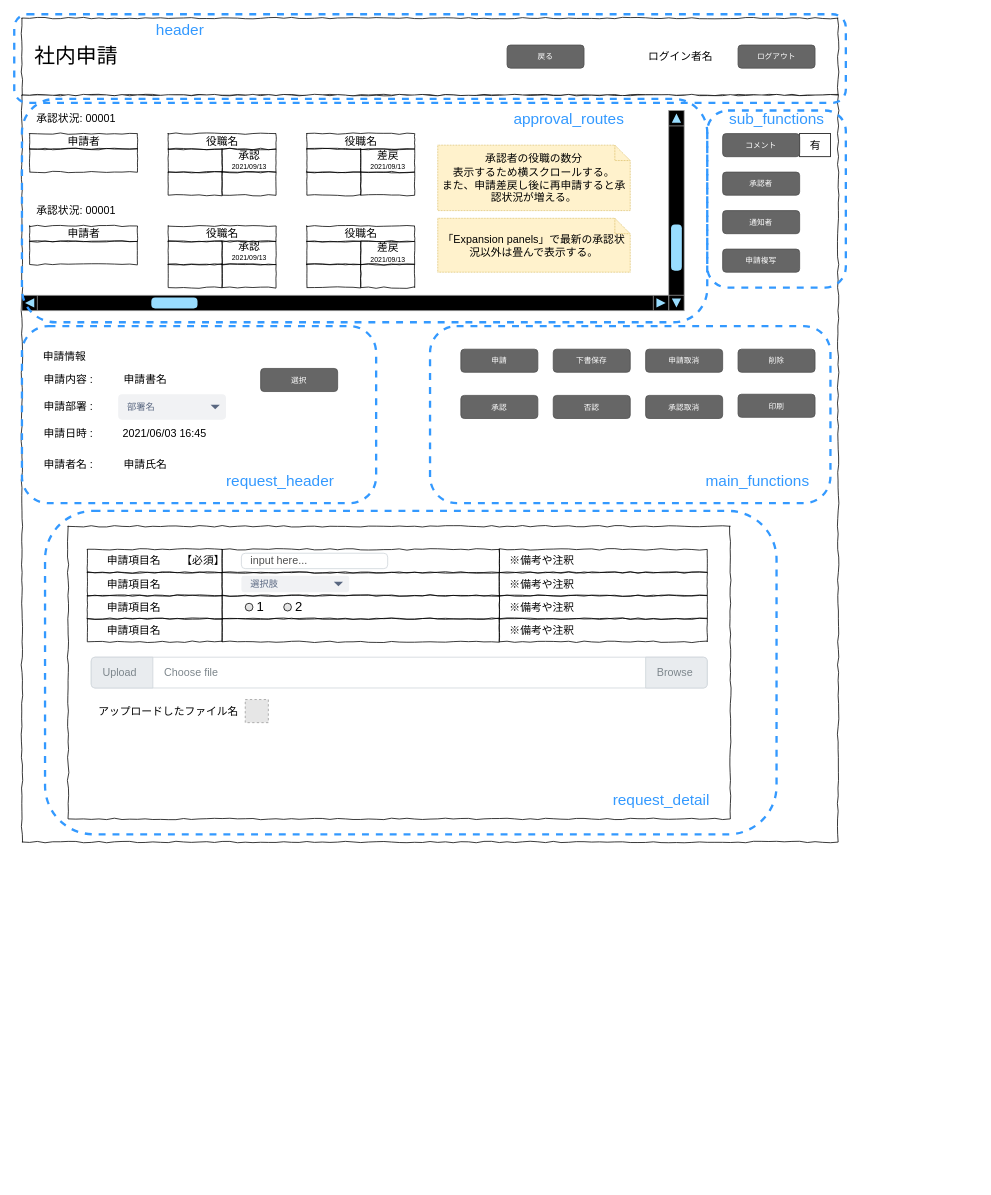
This is page "s020申請詳細" (10 of 10) of docs/設計資料/01_画面/画面イメージ.drawio from haphuongnt96/Django-REST-Practice, a draw.io file, before an edit. Source tidied: cells renumbered, new cells numbered last; positions are measured from the earlier drawing's top-left corner, leaving out a move shared by most shapes. Both pictures are drawn from the tidied source at 77%, with x=0, y=0 at pixel (14, 14). Pictures stored in the file or linked from it are replaced by grey dashed boxes.
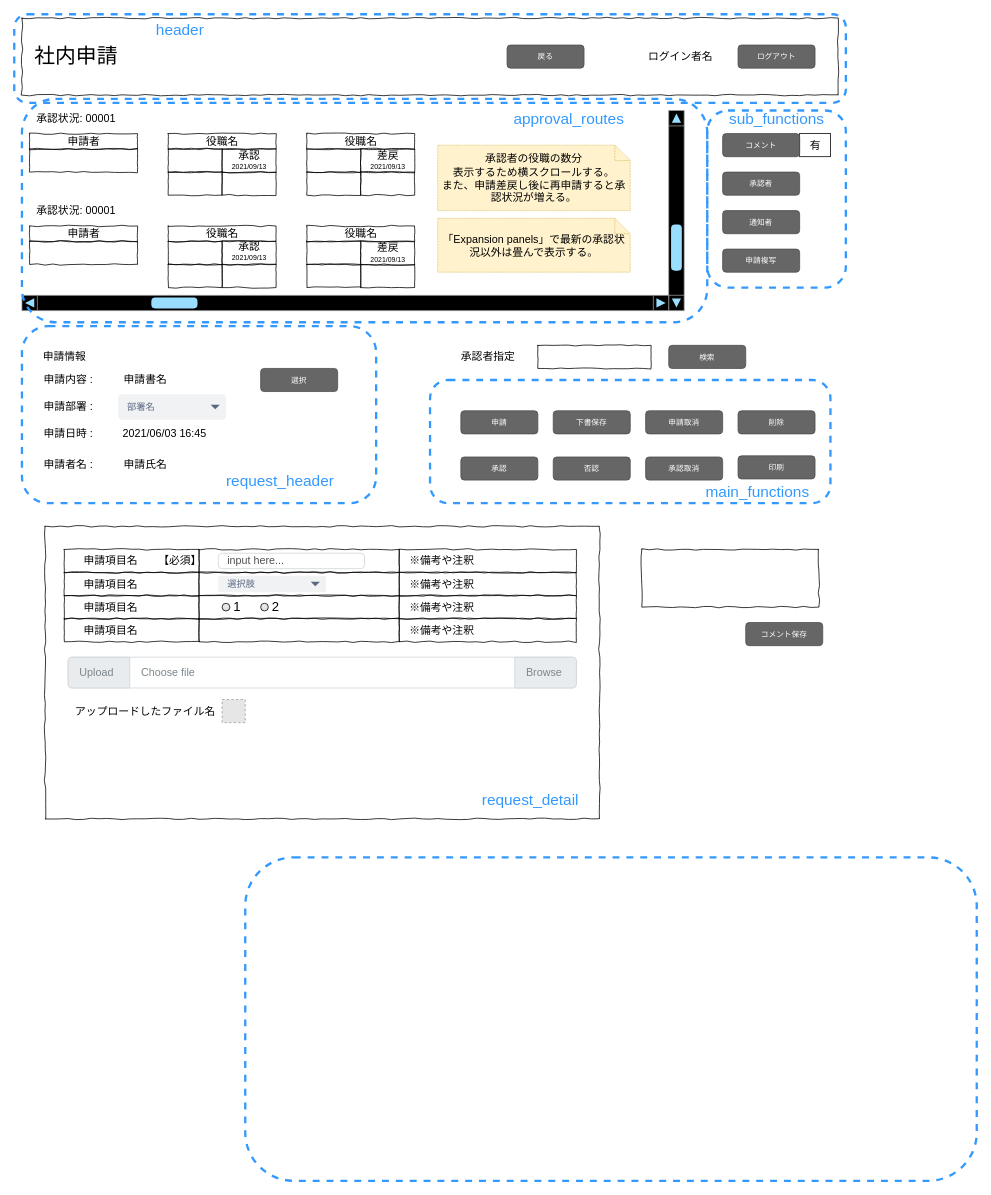
Above is the later version.

The edit, as a diff of the source:
```diff
@@
-    <mxCell id="3" style="whiteSpace=wrap;html=1;rounded=0;shadow=0;labelBackgroundColor=none;strokeColor=#000000;strokeWidth=1;fontFamily=Verdana;fontSize=12;fontColor=#000000;align=center;comic=1;" parent="1" vertex="1">
-      <mxGeometry x="10" y="105" width="1060" height="970" as="geometry" />
-    </mxCell>
@@
     <mxCell id="62" value="申請" style="rounded=1;html=1;shadow=0;dashed=0;whiteSpace=wrap;fontSize=10;fillColor=#666666;align=center;strokeColor=#4D4D4D;fontColor=#ffffff;" parent="1" vertex="1">
-      <mxGeometry x="580" y="435" width="100" height="30" as="geometry" />
+      <mxGeometry x="580" y="515" width="100" height="30" as="geometry" />
     </mxCell>
     <mxCell id="63" value="下書保存" style="rounded=1;html=1;shadow=0;dashed=0;whiteSpace=wrap;fontSize=10;fillColor=#666666;align=center;strokeColor=#4D4D4D;fontColor=#ffffff;" parent="1" vertex="1">
-      <mxGeometry x="700" y="435" width="100" height="30" as="geometry" />
+      <mxGeometry x="700" y="515" width="100" height="30" as="geometry" />
     </mxCell>
     <mxCell id="64" value="申請取消" style="rounded=1;html=1;shadow=0;dashed=0;whiteSpace=wrap;fontSize=10;fillColor=#666666;align=center;strokeColor=#4D4D4D;fontColor=#ffffff;" parent="1" vertex="1">
-      <mxGeometry x="820" y="435" width="100" height="30" as="geometry" />
+      <mxGeometry x="820" y="515" width="100" height="30" as="geometry" />
     </mxCell>
     <mxCell id="65" value="承認" style="rounded=1;html=1;shadow=0;dashed=0;whiteSpace=wrap;fontSize=10;fillColor=#666666;align=center;strokeColor=#4D4D4D;fontColor=#ffffff;" parent="1" vertex="1">
-      <mxGeometry x="580" y="495" width="100" height="30" as="geometry" />
+      <mxGeometry x="580" y="575" width="100" height="30" as="geometry" />
     </mxCell>
     <mxCell id="66" value="否認" style="rounded=1;html=1;shadow=0;dashed=0;whiteSpace=wrap;fontSize=10;fillColor=#666666;align=center;strokeColor=#4D4D4D;fontColor=#ffffff;" parent="1" vertex="1">
-      <mxGeometry x="700" y="495" width="100" height="30" as="geometry" />
+      <mxGeometry x="700" y="575" width="100" height="30" as="geometry" />
     </mxCell>
     <mxCell id="67" value="承認取消" style="rounded=1;html=1;shadow=0;dashed=0;whiteSpace=wrap;fontSize=10;fillColor=#666666;align=center;strokeColor=#4D4D4D;fontColor=#ffffff;" parent="1" vertex="1">
-      <mxGeometry x="820" y="495" width="100" height="30" as="geometry" />
+      <mxGeometry x="820" y="575" width="100" height="30" as="geometry" />
     </mxCell>
@@
     <mxCell id="69" value="削除" style="rounded=1;html=1;shadow=0;dashed=0;whiteSpace=wrap;fontSize=10;fillColor=#666666;align=center;strokeColor=#4D4D4D;fontColor=#ffffff;" parent="1" vertex="1">
-      <mxGeometry x="940" y="435" width="100" height="30" as="geometry" />
+      <mxGeometry x="940" y="515" width="100" height="30" as="geometry" />
     </mxCell>
     <mxCell id="70" value="印刷" style="rounded=1;html=1;shadow=0;dashed=0;whiteSpace=wrap;fontSize=10;fillColor=#666666;align=center;strokeColor=#4D4D4D;fontColor=#ffffff;" parent="1" vertex="1">
-      <mxGeometry x="940" y="493.5" width="100" height="30" as="geometry" />
+      <mxGeometry x="940" y="573.5" width="100" height="30" as="geometry" />
     </mxCell>
@@
     <mxCell id="73" style="rounded=1;whiteSpace=wrap;html=1;fontSize=30;fontColor=#3399FF;fillColor=none;dashed=1;strokeWidth=3;strokeColor=#3399FF;" parent="1" vertex="1">
-      <mxGeometry x="540" y="405" width="520" height="230" as="geometry" />
+      <mxGeometry x="540" y="475" width="520" height="160" as="geometry" />
     </mxCell>
     <mxCell id="74" value="main_functions" style="text;html=1;align=center;verticalAlign=middle;fillColor=none;strokeColor=none;rounded=0;fontSize=20;fontColor=#3399FF;" parent="1" vertex="1">
-      <mxGeometry x="890" y="590" width="150" height="30" as="geometry" />
+      <mxGeometry x="890" y="605" width="150" height="30" as="geometry" />
     </mxCell>
@@
     <mxCell id="76" style="whiteSpace=wrap;html=1;rounded=0;shadow=0;labelBackgroundColor=none;strokeColor=#000000;strokeWidth=1;fillColor=none;fontFamily=Verdana;fontSize=12;fontColor=#000000;align=center;comic=1;" parent="1" vertex="1">
-      <mxGeometry x="70" y="665" width="860" height="380" as="geometry" />
+      <mxGeometry x="40" y="665" width="720" height="380" as="geometry" />
     </mxCell>
     <mxCell id="77" style="whiteSpace=wrap;html=1;rounded=0;shadow=0;labelBackgroundColor=none;strokeColor=#000000;strokeWidth=1;fillColor=none;fontFamily=Verdana;fontSize=12;fontColor=#000000;align=center;comic=1;" parent="1" vertex="1">
-      <mxGeometry x="95" y="695" width="175" height="30" as="geometry" />
+      <mxGeometry x="65" y="695" width="175" height="30" as="geometry" />
     </mxCell>
     <mxCell id="78" style="whiteSpace=wrap;html=1;rounded=0;shadow=0;labelBackgroundColor=none;strokeColor=#000000;strokeWidth=1;fillColor=none;fontFamily=Verdana;fontSize=12;fontColor=#000000;align=center;comic=1;" parent="1" vertex="1">
-      <mxGeometry x="270" y="695" width="360" height="30" as="geometry" />
+      <mxGeometry x="240" y="695" width="260" height="30" as="geometry" />
     </mxCell>
     <mxCell id="79" value="申請項目名" style="text;html=1;align=center;verticalAlign=middle;fillColor=none;strokeColor=none;rounded=0;dashed=1;fontSize=14;" parent="1" vertex="1">
-      <mxGeometry x="110" y="700" width="90" height="20" as="geometry" />
+      <mxGeometry x="80" y="700" width="90" height="20" as="geometry" />
     </mxCell>
     <mxCell id="80" value="申請項目名" style="text;html=1;align=center;verticalAlign=middle;fillColor=none;strokeColor=none;rounded=0;dashed=1;fontSize=14;" parent="1" vertex="1">
-      <mxGeometry x="110" y="730" width="90" height="20" as="geometry" />
+      <mxGeometry x="80" y="730" width="90" height="20" as="geometry" />
     </mxCell>
     <mxCell id="81" style="whiteSpace=wrap;html=1;rounded=0;shadow=0;labelBackgroundColor=none;strokeColor=#000000;strokeWidth=1;fillColor=none;fontFamily=Verdana;fontSize=12;fontColor=#000000;align=center;comic=1;" parent="1" vertex="1">
-      <mxGeometry x="95" y="725" width="175" height="30" as="geometry" />
+      <mxGeometry x="65" y="725" width="175" height="30" as="geometry" />
     </mxCell>
     <mxCell id="82" style="whiteSpace=wrap;html=1;rounded=0;shadow=0;labelBackgroundColor=none;strokeColor=#000000;strokeWidth=1;fillColor=none;fontFamily=Verdana;fontSize=12;fontColor=#000000;align=center;comic=1;" parent="1" vertex="1">
-      <mxGeometry x="270" y="725" width="360" height="30" as="geometry" />
+      <mxGeometry x="240" y="725" width="260" height="30" as="geometry" />
     </mxCell>
     <mxCell id="83" value="申請項目名" style="text;html=1;align=center;verticalAlign=middle;fillColor=none;strokeColor=none;rounded=0;dashed=1;fontSize=14;" parent="1" vertex="1">
-      <mxGeometry x="110" y="760" width="90" height="20" as="geometry" />
+      <mxGeometry x="80" y="760" width="90" height="20" as="geometry" />
     </mxCell>
     <mxCell id="84" style="whiteSpace=wrap;html=1;rounded=0;shadow=0;labelBackgroundColor=none;strokeColor=#000000;strokeWidth=1;fillColor=none;fontFamily=Verdana;fontSize=12;fontColor=#000000;align=center;comic=1;" parent="1" vertex="1">
-      <mxGeometry x="95" y="755" width="175" height="30" as="geometry" />
+      <mxGeometry x="65" y="755" width="175" height="30" as="geometry" />
     </mxCell>
     <mxCell id="85" style="whiteSpace=wrap;html=1;rounded=0;shadow=0;labelBackgroundColor=none;strokeColor=#000000;strokeWidth=1;fillColor=none;fontFamily=Verdana;fontSize=12;fontColor=#000000;align=center;comic=1;" parent="1" vertex="1">
-      <mxGeometry x="270" y="755" width="360" height="30" as="geometry" />
+      <mxGeometry x="240" y="755" width="260" height="30" as="geometry" />
     </mxCell>
     <mxCell id="86" value="申請項目名" style="text;html=1;align=center;verticalAlign=middle;fillColor=none;strokeColor=none;rounded=0;dashed=1;fontSize=14;" parent="1" vertex="1">
-      <mxGeometry x="110" y="790" width="90" height="20" as="geometry" />
+      <mxGeometry x="80" y="790" width="90" height="20" as="geometry" />
     </mxCell>
     <mxCell id="87" style="whiteSpace=wrap;html=1;rounded=0;shadow=0;labelBackgroundColor=none;strokeColor=#000000;strokeWidth=1;fillColor=none;fontFamily=Verdana;fontSize=12;fontColor=#000000;align=center;comic=1;" parent="1" vertex="1">
-      <mxGeometry x="95" y="785" width="175" height="30" as="geometry" />
+      <mxGeometry x="65" y="785" width="175" height="30" as="geometry" />
     </mxCell>
     <mxCell id="88" style="whiteSpace=wrap;html=1;rounded=0;shadow=0;labelBackgroundColor=none;strokeColor=#000000;strokeWidth=1;fillColor=none;fontFamily=Verdana;fontSize=12;fontColor=#000000;align=center;comic=1;" parent="1" vertex="1">
-      <mxGeometry x="270" y="785" width="360" height="30" as="geometry" />
+      <mxGeometry x="240" y="785" width="260" height="30" as="geometry" />
     </mxCell>
     <mxCell id="89" value="選択肢" style="rounded=1;fillColor=#F1F2F4;strokeColor=none;html=1;fontColor=#596780;align=left;fontSize=12;spacingLeft=10;sketch=0;" parent="1" vertex="1">
-      <mxGeometry x="295" y="729.2" width="140" height="21.5" as="geometry" />
+      <mxGeometry x="265" y="729.2" width="140" height="21.5" as="geometry" />
     </mxCell>
@@
     <mxCell id="91" value="input here..." style="html=1;shadow=0;dashed=0;shape=mxgraph.bootstrap.rrect;rSize=5;strokeColor=#CED4DA;strokeWidth=1;fontColor=#505050;whiteSpace=wrap;align=left;verticalAlign=middle;spacingLeft=10;fontSize=14;fillColor=#FFFFFF;" parent="1" vertex="1">
-      <mxGeometry x="295" y="700" width="190" height="20" as="geometry" />
+      <mxGeometry x="265" y="700" width="190" height="20" as="geometry" />
     </mxCell>
@@
     <mxCell id="96" value="1" style="html=1;shadow=0;dashed=0;shape=mxgraph.bootstrap.radioButton2;labelPosition=right;verticalLabelPosition=middle;align=left;verticalAlign=middle;gradientColor=#DEDEDE;fillColor=#EDEDED;checked=0;spacing=5;checkedFill=#0085FC;checkedStroke=#ffffff;fontSize=17;fontColor=#000000;strokeColor=#000000;strokeWidth=1;" parent="1" vertex="1">
-      <mxGeometry x="300" y="765" width="10" height="10" as="geometry" />
+      <mxGeometry x="270" y="765" width="10" height="10" as="geometry" />
     </mxCell>
     <mxCell id="97" value="2" style="html=1;shadow=0;dashed=0;shape=mxgraph.bootstrap.radioButton2;labelPosition=right;verticalLabelPosition=middle;align=left;verticalAlign=middle;gradientColor=#DEDEDE;fillColor=#EDEDED;checked=0;spacing=5;checkedFill=#0085FC;checkedStroke=#ffffff;fontSize=17;fontColor=#000000;strokeColor=#000000;strokeWidth=1;" parent="1" vertex="1">
-      <mxGeometry x="350" y="765" width="10" height="10" as="geometry" />
+      <mxGeometry x="320" y="765" width="10" height="10" as="geometry" />
     </mxCell>
     <mxCell id="98" style="rounded=1;whiteSpace=wrap;html=1;fontSize=30;fontColor=#3399FF;fillColor=none;dashed=1;strokeWidth=3;strokeColor=#3399FF;" parent="1" vertex="1">
-      <mxGeometry x="40" y="645" width="950" height="420" as="geometry" />
+      <mxGeometry x="300" y="1095" width="950" height="420" as="geometry" />
     </mxCell>
     <mxCell id="99" value="【必須】" style="text;html=1;align=center;verticalAlign=middle;fillColor=none;strokeColor=none;rounded=0;dashed=1;fontSize=14;" parent="1" vertex="1">
-      <mxGeometry x="210" y="700" width="70" height="20" as="geometry" />
+      <mxGeometry x="180" y="700" width="70" height="20" as="geometry" />
     </mxCell>
     <mxCell id="100" style="whiteSpace=wrap;html=1;rounded=0;shadow=0;labelBackgroundColor=none;strokeColor=#000000;strokeWidth=1;fillColor=none;fontFamily=Verdana;fontSize=12;fontColor=#000000;align=center;comic=1;" parent="1" vertex="1">
-      <mxGeometry x="630" y="695" width="270" height="30" as="geometry" />
+      <mxGeometry x="500" y="695" width="230" height="30" as="geometry" />
     </mxCell>
     <mxCell id="101" value="※備考や注釈" style="text;html=1;align=center;verticalAlign=middle;fillColor=none;strokeColor=none;rounded=0;dashed=1;fontSize=14;" parent="1" vertex="1">
-      <mxGeometry x="635" y="700" width="100" height="20" as="geometry" />
+      <mxGeometry x="505" y="700" width="100" height="20" as="geometry" />
     </mxCell>
     <mxCell id="102" style="whiteSpace=wrap;html=1;rounded=0;shadow=0;labelBackgroundColor=none;strokeColor=#000000;strokeWidth=1;fillColor=none;fontFamily=Verdana;fontSize=12;fontColor=#000000;align=center;comic=1;" parent="1" vertex="1">
-      <mxGeometry x="630" y="725" width="270" height="30" as="geometry" />
+      <mxGeometry x="500" y="725" width="230" height="30" as="geometry" />
     </mxCell>
     <mxCell id="103" value="※備考や注釈" style="text;html=1;align=center;verticalAlign=middle;fillColor=none;strokeColor=none;rounded=0;dashed=1;fontSize=14;" parent="1" vertex="1">
-      <mxGeometry x="635" y="730" width="100" height="20" as="geometry" />
+      <mxGeometry x="505" y="730" width="100" height="20" as="geometry" />
     </mxCell>
     <mxCell id="104" style="whiteSpace=wrap;html=1;rounded=0;shadow=0;labelBackgroundColor=none;strokeColor=#000000;strokeWidth=1;fillColor=none;fontFamily=Verdana;fontSize=12;fontColor=#000000;align=center;comic=1;" parent="1" vertex="1">
-      <mxGeometry x="630" y="755" width="270" height="30" as="geometry" />
+      <mxGeometry x="500" y="755" width="230" height="30" as="geometry" />
     </mxCell>
     <mxCell id="105" value="※備考や注釈" style="text;html=1;align=center;verticalAlign=middle;fillColor=none;strokeColor=none;rounded=0;dashed=1;fontSize=14;" parent="1" vertex="1">
-      <mxGeometry x="635" y="760" width="100" height="20" as="geometry" />
+      <mxGeometry x="505" y="760" width="100" height="20" as="geometry" />
     </mxCell>
     <mxCell id="106" style="whiteSpace=wrap;html=1;rounded=0;shadow=0;labelBackgroundColor=none;strokeColor=#000000;strokeWidth=1;fillColor=none;fontFamily=Verdana;fontSize=12;fontColor=#000000;align=center;comic=1;" parent="1" vertex="1">
-      <mxGeometry x="630" y="785" width="270" height="30" as="geometry" />
+      <mxGeometry x="500" y="785" width="230" height="30" as="geometry" />
     </mxCell>
     <mxCell id="107" value="※備考や注釈" style="text;html=1;align=center;verticalAlign=middle;fillColor=none;strokeColor=none;rounded=0;dashed=1;fontSize=14;" parent="1" vertex="1">
-      <mxGeometry x="635" y="790" width="100" height="20" as="geometry" />
+      <mxGeometry x="505" y="790" width="100" height="20" as="geometry" />
     </mxCell>
     <mxCell id="108" value="request_detail" style="text;html=1;align=center;verticalAlign=middle;fillColor=none;strokeColor=none;rounded=0;fontSize=20;fontColor=#3399FF;" parent="1" vertex="1">
-      <mxGeometry x="770" y="1005" width="140" height="30" as="geometry" />
+      <mxGeometry x="600" y="1005" width="140" height="30" as="geometry" />
     </mxCell>
@@
     <mxCell id="112" value="Choose file" style="html=1;shadow=0;dashed=0;shape=mxgraph.bootstrap.rrect;rSize=5;strokeColor=#CED4DA;html=1;whiteSpace=wrap;fillColor=#FFFFFF;fontColor=#7D868C;align=left;spacing=15;spacingLeft=80;fontSize=14;dashPattern=1 1;" parent="1" vertex="1">
-      <mxGeometry x="100" y="835" width="800" height="40" as="geometry" />
+      <mxGeometry x="70" y="835" width="660" height="40" as="geometry" />
     </mxCell>
@@
     <mxCell id="115" value="アップロードしたファイル名" style="text;html=1;align=center;verticalAlign=middle;fillColor=none;strokeColor=none;rounded=0;dashed=1;fontSize=14;" parent="1" vertex="1">
-      <mxGeometry x="100" y="895" width="200" height="20" as="geometry" />
+      <mxGeometry x="70" y="895" width="200" height="20" as="geometry" />
     </mxCell>
     <mxCell id="116" style="fillColor=#E6E6E6;strokeColor=#999999;dashed=1;html=1;verticalAlign=top;verticalLabelPosition=bottom;labelBackgroundColor=#ffffff;fontSize=14;fontColor=#000000;" parent="1" vertex="1">
-      <mxGeometry x="300" y="890" width="30" height="30" as="geometry" />
+      <mxGeometry x="270" y="890" width="30" height="30" as="geometry" />
     </mxCell>
@@
+    <mxCell id="121" style="whiteSpace=wrap;html=1;rounded=0;shadow=0;labelBackgroundColor=none;strokeColor=#000000;strokeWidth=1;fillColor=none;fontFamily=Verdana;fontSize=12;fontColor=#000000;align=center;comic=1;" parent="1" vertex="1">
+      <mxGeometry x="815" y="695" width="230" height="75" as="geometry" />
+    </mxCell>
+    <mxCell id="122" style="whiteSpace=wrap;html=1;rounded=0;shadow=0;labelBackgroundColor=none;strokeColor=#000000;strokeWidth=1;fillColor=none;fontFamily=Verdana;fontSize=12;fontColor=#000000;align=center;comic=1;" parent="1" vertex="1">
+      <mxGeometry x="680" y="430" width="147" height="30" as="geometry" />
+    </mxCell>
+    <mxCell id="123" value="承認者指定" style="text;html=1;align=center;verticalAlign=middle;fillColor=none;strokeColor=none;rounded=0;dashed=1;fontSize=14;" parent="1" vertex="1">
+      <mxGeometry x="570" y="435" width="90" height="20" as="geometry" />
+    </mxCell>
+    <mxCell id="124" value="検索" style="rounded=1;html=1;shadow=0;dashed=0;whiteSpace=wrap;fontSize=10;fillColor=#666666;align=center;strokeColor=#4D4D4D;fontColor=#ffffff;" parent="1" vertex="1">
+      <mxGeometry x="850" y="430" width="100" height="30" as="geometry" />
+    </mxCell>
+    <mxCell id="125" value="コメント保存" style="rounded=1;html=1;shadow=0;dashed=0;whiteSpace=wrap;fontSize=10;fillColor=#666666;align=center;strokeColor=#4D4D4D;fontColor=#ffffff;" parent="1" vertex="1">
+      <mxGeometry x="950" y="790" width="100" height="30" as="geometry" />
+    </mxCell>
```
